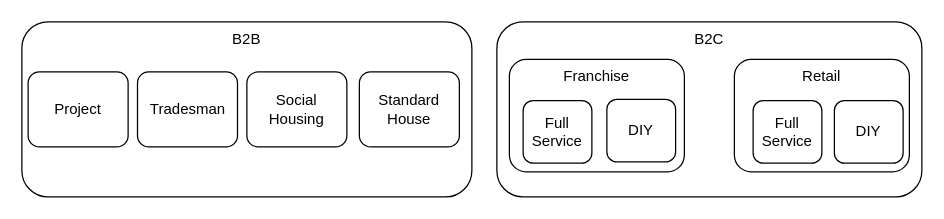
Above: page "Model" (1 of 3) of Commercial Model.drawio in mrf742002/Diagrams (draw.io), before the change. Source tidied: cells renumbered, new cells numbered last; positions are measured from the earlier drawing's top-left corner, leaving out a move shared by most shapes. Both pictures are drawn from the tidied source at 125%, with x=0, y=0 at pixel (21, 21).
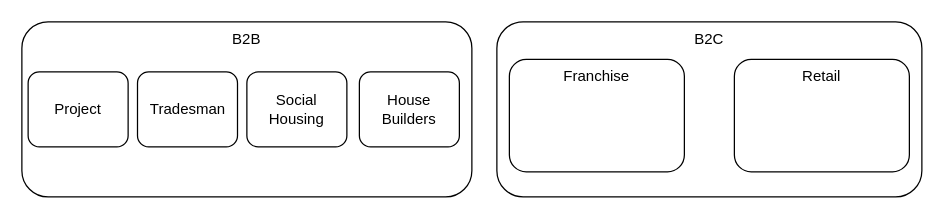
Above is the later version.

What changed in the source:
```diff
@@
 <mxGraphModel>
   <root>
     <mxCell id="0" />
     <mxCell id="1" parent="0" />
     <mxCell id="2" value="B2B" style="rounded=1;whiteSpace=wrap;html=1;verticalAlign=top;" parent="1" vertex="1">
       <mxGeometry width="360" height="140" as="geometry" />
     </mxCell>
     <mxCell id="3" value="B2C" style="rounded=1;whiteSpace=wrap;html=1;verticalAlign=top;" parent="1" vertex="1">
       <mxGeometry x="380" width="340" height="140" as="geometry" />
     </mxCell>
     <mxCell id="4" value="Project" style="rounded=1;whiteSpace=wrap;html=1;" parent="1" vertex="1">
       <mxGeometry x="5" y="40" width="80" height="60" as="geometry" />
     </mxCell>
     <mxCell id="5" value="Tradesman" style="rounded=1;whiteSpace=wrap;html=1;" parent="1" vertex="1">
       <mxGeometry x="92.5" y="40" width="80" height="60" as="geometry" />
     </mxCell>
     <mxCell id="6" value="Social Housing" style="rounded=1;whiteSpace=wrap;html=1;" parent="1" vertex="1">
       <mxGeometry x="180" y="40" width="80" height="60" as="geometry" />
     </mxCell>
-    <mxCell id="7" value="Standard House" style="rounded=1;whiteSpace=wrap;html=1;" parent="1" vertex="1">
+    <mxCell id="7" value="House&lt;br&gt;Builders" style="rounded=1;whiteSpace=wrap;html=1;" parent="1" vertex="1">
       <mxGeometry x="270" y="40" width="80" height="60" as="geometry" />
     </mxCell>
     <mxCell id="8" value="Franchise" style="rounded=1;whiteSpace=wrap;html=1;verticalAlign=top;" parent="1" vertex="1">
       <mxGeometry x="390" y="30" width="140" height="90" as="geometry" />
     </mxCell>
     <mxCell id="9" value="Retail" style="rounded=1;whiteSpace=wrap;html=1;verticalAlign=top;" parent="1" vertex="1">
       <mxGeometry x="570" y="30" width="140" height="90" as="geometry" />
     </mxCell>
-    <mxCell id="10" value="Full Service" style="rounded=1;whiteSpace=wrap;html=1;arcSize=16;" parent="1" vertex="1">
-      <mxGeometry x="401" y="63" width="55" height="50" as="geometry" />
-    </mxCell>
-    <mxCell id="11" value="DIY" style="rounded=1;whiteSpace=wrap;html=1;arcSize=16;" parent="1" vertex="1">
-      <mxGeometry x="468" y="62" width="55" height="50" as="geometry" />
-    </mxCell>
-    <mxCell id="12" value="DIY" style="rounded=1;whiteSpace=wrap;html=1;arcSize=16;" parent="1" vertex="1">
-      <mxGeometry x="650" y="63" width="55" height="50" as="geometry" />
-    </mxCell>
-    <mxCell id="13" value="Full Service" style="rounded=1;whiteSpace=wrap;html=1;arcSize=16;" parent="1" vertex="1">
-      <mxGeometry x="585" y="63" width="55" height="50" as="geometry" />
-    </mxCell>
   </root>
 </mxGraphModel>
```
